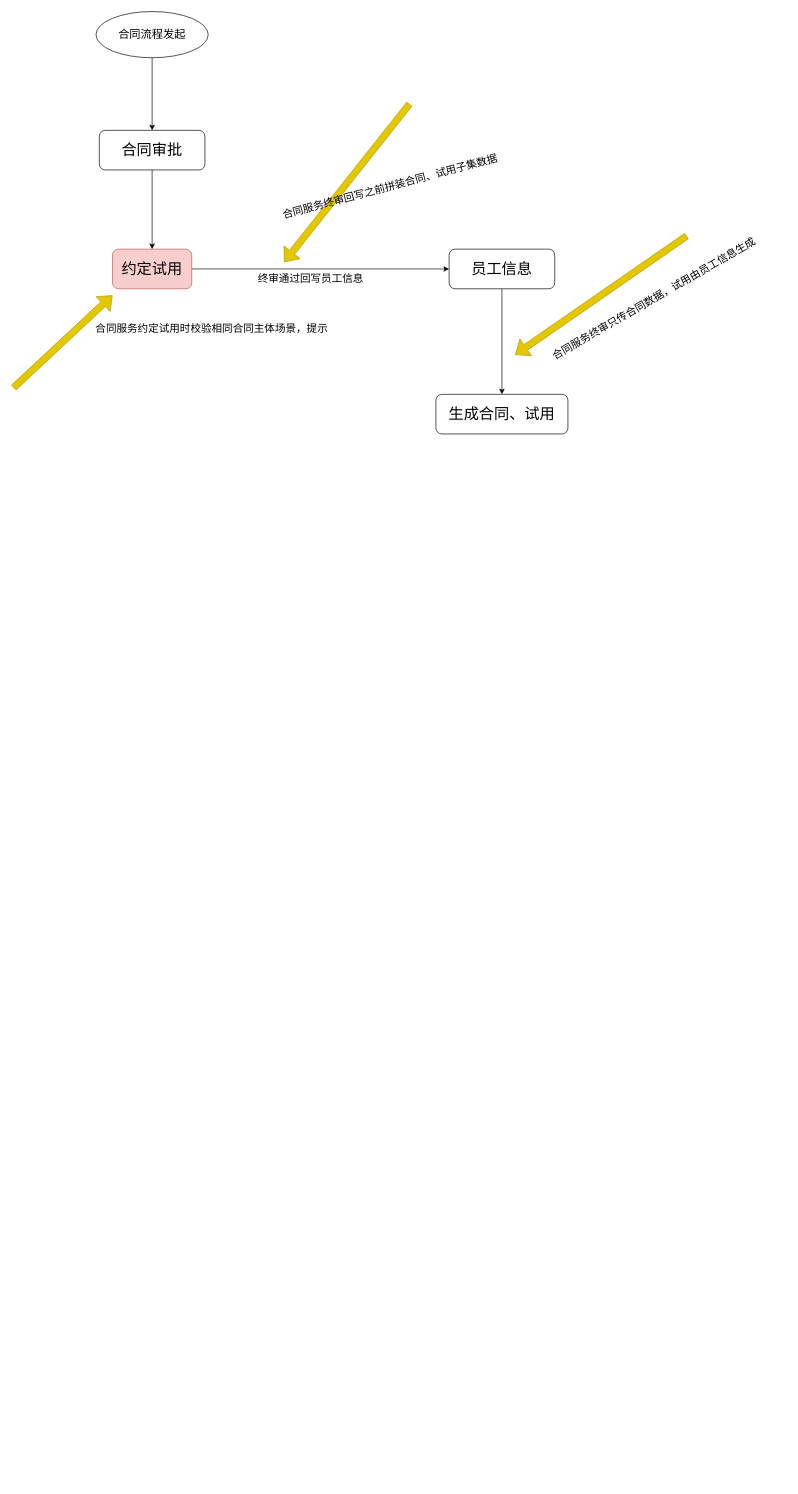
Before: 合同试用期.drawio in Super-YYQ/drawIo, a draw.io diagram. Source tidied: cells renumbered, new cells numbered last; positions are measured from the earlier drawing's top-left corner, leaving out a move shared by most shapes. Both pictures are drawn from the tidied source at 66%, with x=0, y=0 at pixel (13, 11).
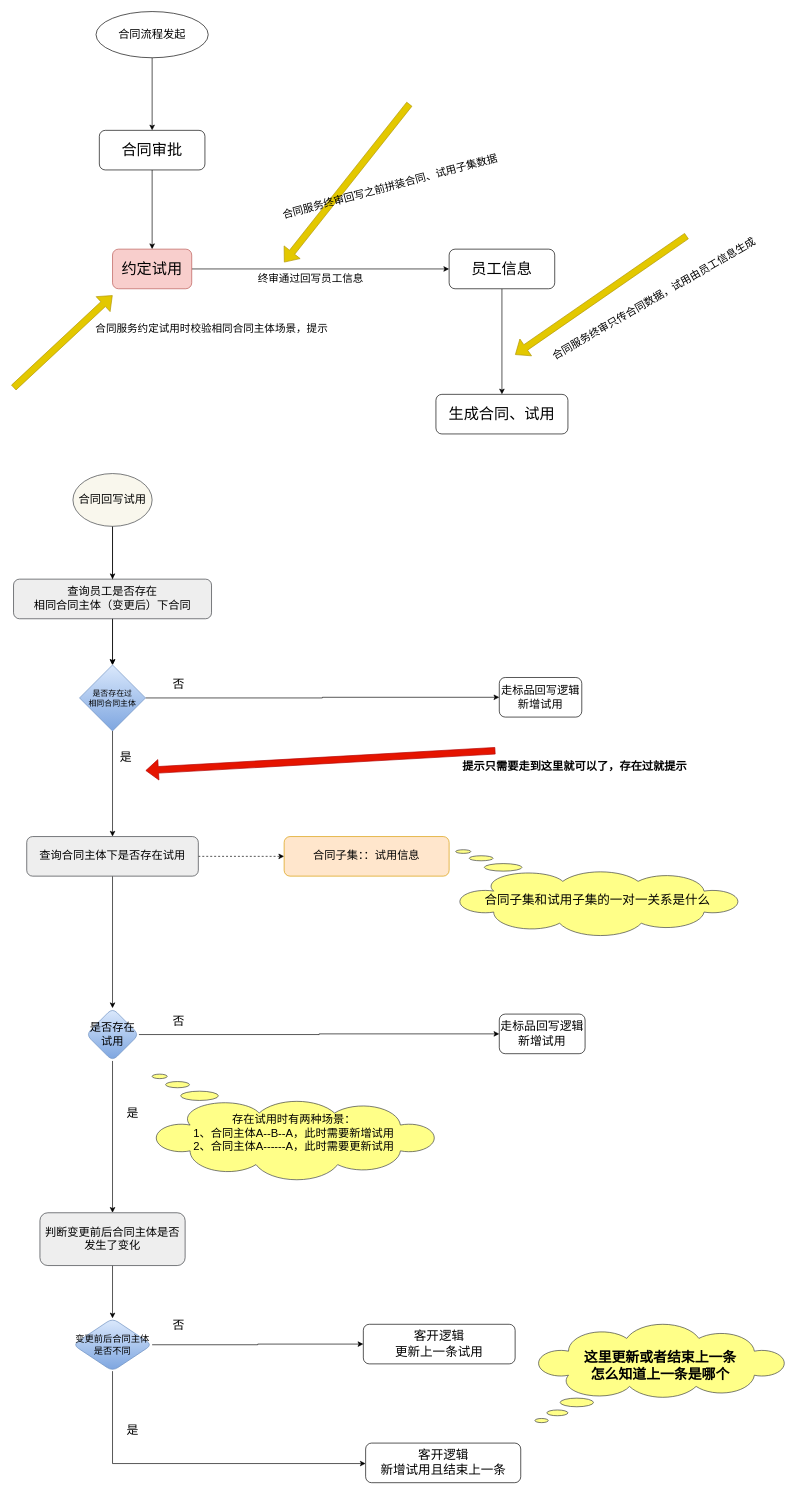
The same page after the edit.

Commit message (it also covers changes not shown here):
更新合同试用期.drawio

Diff of the diagram source:
```diff
@@
+    <mxCell id="18" style="edgeStyle=orthogonalEdgeStyle;rounded=0;jettySize=auto;html=1;" parent="1" edge="1" source="20" target="30">
+      <mxGeometry relative="1" as="geometry" />
+    </mxCell>
+    <mxCell id="19" style="edgeStyle=orthogonalEdgeStyle;rounded=0;jettySize=auto;html=1;" parent="1" edge="1" source="20" target="37">
+      <mxGeometry relative="1" as="geometry" />
+    </mxCell>
+    <mxCell id="20" value="合同回写试用" style="ellipse;whiteSpace=wrap;html=1;fontSize=17;fillColor=#f9f7ed;strokeColor=#36393d;" parent="1" vertex="1">
+      <mxGeometry x="90" y="700" width="120" height="80" as="geometry" />
+    </mxCell>
+    <mxCell id="21" style="edgeStyle=orthogonalEdgeStyle;rounded=0;jettySize=auto;html=1;" parent="1" edge="1" source="23" target="26">
+      <mxGeometry relative="1" as="geometry" />
+    </mxCell>
+    <mxCell id="22" style="edgeStyle=orthogonalEdgeStyle;rounded=0;jettySize=auto;html=1;dashed=1;" parent="1" edge="1" source="23" target="27">
+      <mxGeometry relative="1" as="geometry" />
+    </mxCell>
+    <mxCell id="23" value="查询合同主体下是否存在试用" style="rounded=1;whiteSpace=wrap;html=1;fontSize=17;fillColor=#eeeeee;strokeColor=#36393d;" parent="1" vertex="1">
+      <mxGeometry x="20" y="1250" width="260" height="60" as="geometry" />
+    </mxCell>
+    <mxCell id="24" style="edgeStyle=orthogonalEdgeStyle;rounded=0;jettySize=auto;html=1;" parent="1" edge="1" source="26" target="34">
+      <mxGeometry relative="1" as="geometry" />
+    </mxCell>
+    <mxCell id="25" style="edgeStyle=orthogonalEdgeStyle;rounded=0;jettySize=auto;html=1;" parent="1" edge="1" source="26" target="40">
+      <mxGeometry relative="1" as="geometry" />
+    </mxCell>
+    <mxCell id="26" value="是否存在试用" style="rhombus;whiteSpace=wrap;html=1;fontSize=17;rounded=1;fillColor=#dae8fc;gradientColor=#7ea6e0;strokeColor=#6c8ebf;" parent="1" vertex="1">
+      <mxGeometry x="110" y="1510" width="80" height="80" as="geometry" />
+    </mxCell>
+    <mxCell id="27" value="合同子集：：试用信息" style="rounded=1;whiteSpace=wrap;html=1;fontSize=17;fillColor=#ffe6cc;strokeColor=#d79b00;" parent="1" vertex="1">
+      <mxGeometry x="410" y="1250" width="250" height="60" as="geometry" />
+    </mxCell>
+    <mxCell id="28" style="edgeStyle=orthogonalEdgeStyle;rounded=0;jettySize=auto;html=1;" parent="1" edge="1" source="30" target="23">
+      <mxGeometry relative="1" as="geometry" />
+    </mxCell>
+    <mxCell id="29" style="edgeStyle=orthogonalEdgeStyle;rounded=0;jettySize=auto;html=1;" parent="1" edge="1" source="30" target="32">
+      <mxGeometry relative="1" as="geometry" />
+    </mxCell>
+    <mxCell id="30" value="是否存在过&lt;br&gt;相同合同主体" style="rhombus;whiteSpace=wrap;html=1;fontSize=12;fillColor=#dae8fc;strokeColor=#6c8ebf;gradientColor=#7ea6e0;" parent="1" vertex="1">
+      <mxGeometry x="100" y="990" width="100" height="100" as="geometry" />
+    </mxCell>
+    <mxCell id="31" value="是" style="text;html=1;align=center;verticalAlign=middle;strokeColor=none;fillColor=none;fontSize=18;" parent="1" vertex="1">
+      <mxGeometry x="150" y="1110" width="40" height="40" as="geometry" />
+    </mxCell>
+    <mxCell id="32" value="走标品回写逻辑&lt;br style=&quot;font-size: 17px;&quot;&gt;新增试用" style="rounded=1;whiteSpace=wrap;html=1;fontSize=17;" parent="1" vertex="1">
+      <mxGeometry x="736" y="1009" width="125" height="60" as="geometry" />
+    </mxCell>
+    <mxCell id="33" value="否" style="text;html=1;align=center;verticalAlign=middle;strokeColor=none;fillColor=none;fontSize=18;" parent="1" vertex="1">
+      <mxGeometry x="230" y="1000" width="40" height="40" as="geometry" />
+    </mxCell>
+    <mxCell id="34" value="&lt;span style=&quot;font-size: 18px;&quot;&gt;走标品回写逻辑&lt;/span&gt;&lt;br style=&quot;font-size: 18px;&quot;&gt;&lt;span style=&quot;font-size: 18px;&quot;&gt;新增试用&lt;/span&gt;" style="whiteSpace=wrap;html=1;fontSize=18;rounded=1;" parent="1" vertex="1">
+      <mxGeometry x="736" y="1519" width="130" height="60" as="geometry" />
+    </mxCell>
+    <mxCell id="35" value="否" style="text;html=1;align=center;verticalAlign=middle;strokeColor=none;fillColor=none;fontSize=18;" parent="1" vertex="1">
+      <mxGeometry x="230" y="1510" width="40" height="40" as="geometry" />
+    </mxCell>
+    <mxCell id="36" style="edgeStyle=orthogonalEdgeStyle;rounded=0;jettySize=auto;html=1;" parent="1" edge="1" source="37" target="30">
+      <mxGeometry relative="1" as="geometry" />
+    </mxCell>
+    <mxCell id="37" value="查询员工是否存在&lt;br&gt;相同合同主体（变更后）下合同" style="rounded=1;whiteSpace=wrap;html=1;fontSize=17;fillColor=#eeeeee;strokeColor=#36393d;" parent="1" vertex="1">
+      <mxGeometry y="860" width="300" height="60" as="geometry" />
+    </mxCell>
+    <mxCell id="38" value="&lt;div style=&quot;font-size: 17px;&quot;&gt;&lt;br&gt;存在试用时有两种场景：&lt;br&gt;1、合同主体A--B--A，此时需要新增试用&lt;br&gt;2、合同主体A------A，此时需要更新试用&lt;br style=&quot;font-size: 17px;&quot;&gt;&lt;/div&gt;" style="whiteSpace=wrap;html=1;shape=mxgraph.basic.cloud_callout;fillColor=#ffff88;strokeColor=#36393d;fontSize=17;flipV=1;" parent="1" vertex="1">
+      <mxGeometry x="210" y="1610" width="430" height="160" as="geometry" />
+    </mxCell>
+    <mxCell id="39" style="edgeStyle=orthogonalEdgeStyle;rounded=0;jettySize=auto;html=1;" parent="1" edge="1" source="40" target="46">
+      <mxGeometry relative="1" as="geometry" />
+    </mxCell>
+    <mxCell id="40" value="判断变更前后合同主体是否发生了变化" style="whiteSpace=wrap;html=1;fontSize=17;fillColor=#eeeeee;strokeColor=#36393d;rounded=1;" parent="1" vertex="1">
+      <mxGeometry x="40" y="1820" width="220" height="80" as="geometry" />
+    </mxCell>
+    <mxCell id="41" value="是" style="text;html=1;align=center;verticalAlign=middle;strokeColor=none;fillColor=none;fontSize=18;" parent="1" vertex="1">
+      <mxGeometry x="160" y="1650" width="40" height="40" as="geometry" />
+    </mxCell>
+    <mxCell id="42" style="shape=flexArrow;endArrow=classic;html=1;rounded=0;fillColor=#e51400;strokeColor=#B20000;" parent="1" edge="1">
+      <mxGeometry relative="1" as="geometry">
+        <mxPoint x="730" y="1120" as="sourcePoint" />
+        <mxPoint x="200" y="1150" as="targetPoint" />
+      </mxGeometry>
+    </mxCell>
+    <mxCell id="43" value="提示只需要走到这里就可以了，存在过就提示" style="text;html=1;align=center;verticalAlign=middle;strokeColor=none;fillColor=none;fontSize=17;fontStyle=1;" parent="1" vertex="1">
+      <mxGeometry x="670" y="1130" width="360" height="30" as="geometry" />
+    </mxCell>
+    <mxCell id="44" style="edgeStyle=orthogonalEdgeStyle;rounded=0;jettySize=auto;html=1;" parent="1" edge="1" source="46" target="47">
+      <mxGeometry relative="1" as="geometry" />
+    </mxCell>
+    <mxCell id="45" style="edgeStyle=orthogonalEdgeStyle;rounded=0;jettySize=auto;html=1;" parent="1" edge="1" source="46" target="49">
+      <mxGeometry relative="1" as="geometry">
+        <Array as="points">
+          <mxPoint x="150" y="2200" />
+        </Array>
+      </mxGeometry>
+    </mxCell>
+    <mxCell id="46" value="变更前后合同主体是否不同" style="rhombus;whiteSpace=wrap;html=1;fontSize=14;fillColor=#dae8fc;strokeColor=#6c8ebf;rounded=1;gradientColor=#7ea6e0;" parent="1" vertex="1">
+      <mxGeometry x="90" y="1980" width="120" height="80" as="geometry" />
+    </mxCell>
+    <mxCell id="47" value="&lt;span style=&quot;font-size: 19px;&quot;&gt;客开逻辑&lt;br style=&quot;font-size: 19px;&quot;&gt;更新上一条试用&lt;/span&gt;" style="whiteSpace=wrap;html=1;fontSize=19;rounded=1;" parent="1" vertex="1">
+      <mxGeometry x="530" y="1989" width="230" height="60" as="geometry" />
+    </mxCell>
+    <mxCell id="48" value="否" style="text;html=1;align=center;verticalAlign=middle;strokeColor=none;fillColor=none;fontSize=18;" parent="1" vertex="1">
+      <mxGeometry x="230" y="1970" width="40" height="40" as="geometry" />
+    </mxCell>
+    <mxCell id="49" value="&lt;span style=&quot;font-size: 19px;&quot;&gt;客开逻辑&lt;br style=&quot;font-size: 19px;&quot;&gt;新增试用且结束上一条&lt;/span&gt;" style="whiteSpace=wrap;html=1;fontSize=19;rounded=1;" parent="1" vertex="1">
+      <mxGeometry x="533.5" y="2169" width="235" height="60" as="geometry" />
+    </mxCell>
+    <mxCell id="50" value="是" style="text;html=1;align=center;verticalAlign=middle;strokeColor=none;fillColor=none;fontSize=18;" parent="1" vertex="1">
+      <mxGeometry x="160" y="2130" width="40" height="40" as="geometry" />
+    </mxCell>
+    <mxCell id="51" value="&lt;div style=&quot;font-size: 21px;&quot;&gt;这里更新或者结束上一条&lt;br style=&quot;font-size: 21px;&quot;&gt;怎么知道上一条是哪个&lt;br style=&quot;font-size: 21px;&quot;&gt;&lt;br style=&quot;font-size: 21px;&quot;&gt;&lt;/div&gt;" style="whiteSpace=wrap;html=1;shape=mxgraph.basic.cloud_callout;fillColor=#ffff88;strokeColor=#36393d;fontSize=21;flipV=0;direction=east;fontStyle=1;" parent="1" vertex="1">
+      <mxGeometry x="790" y="1989" width="380" height="149" as="geometry" />
+    </mxCell>
+    <mxCell id="52" value="&lt;div style=&quot;font-size: 19px;&quot;&gt;&lt;br style=&quot;font-size: 19px;&quot;&gt;合同子集和试用子集的一对一关系是什么&lt;br style=&quot;font-size: 19px;&quot;&gt;&lt;/div&gt;" style="whiteSpace=wrap;html=1;shape=mxgraph.basic.cloud_callout;fillColor=#ffff88;strokeColor=#36393d;fontSize=19;flipV=1;" parent="1" vertex="1">
+      <mxGeometry x="670" y="1270" width="430" height="130" as="geometry" />
+    </mxCell>
```
